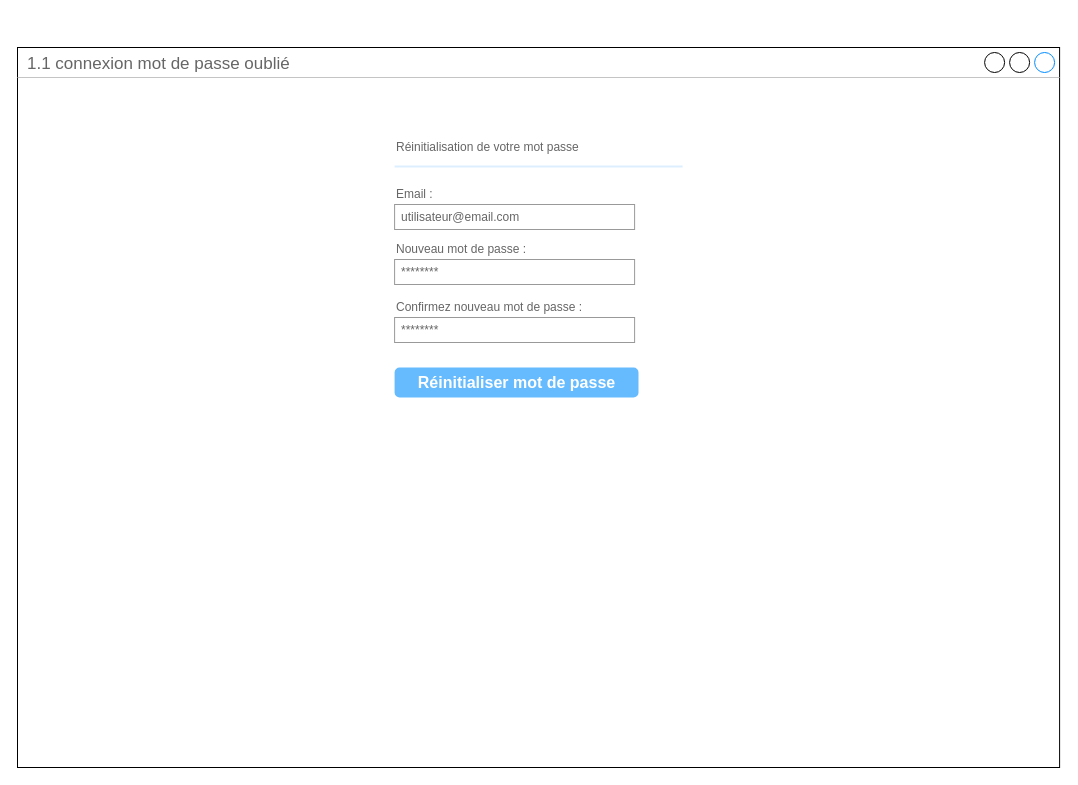
GDSDC/OpenclassroomsProject-P3 keeps this draw.io diagram as page "1.1 connexion mot de passe oublié" (2 of 11) of P3 - maquettes - Mobile.drawio. Above is the earlier version. Source tidied: cells renumbered, new cells numbered last; positions are measured from the earlier drawing's top-left corner, leaving out a move shared by most shapes. Both pictures are drawn from the tidied source at 100%, with x=0, y=0 at pixel (17, 47).
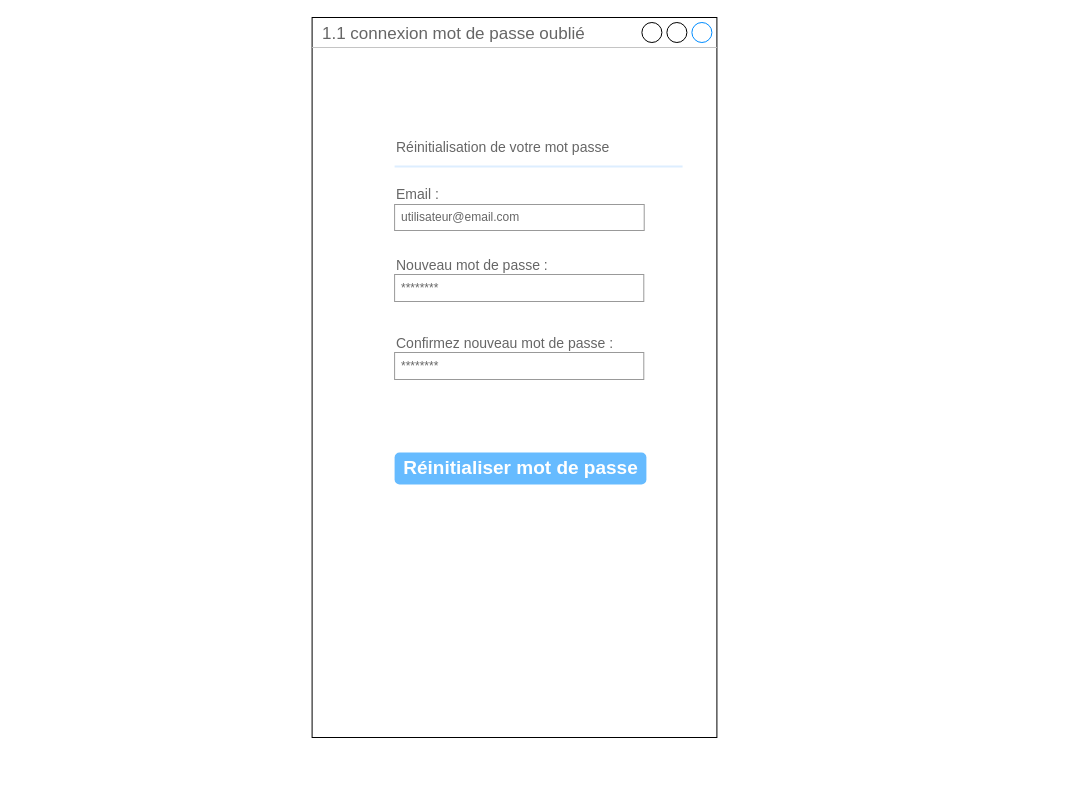
The same diagram, later.

What changed in the source:
```diff
@@
 <mxGraphModel>
   <root>
     <mxCell id="0" />
     <mxCell id="1" parent="0" />
     <mxCell id="2" value="1.1 connexion mot de passe oublié" style="strokeWidth=1;shadow=0;dashed=0;align=center;html=1;shape=mxgraph.mockup.containers.window;align=left;verticalAlign=top;spacingLeft=8;strokeColor2=#008cff;strokeColor3=#c4c4c4;fontColor=#666666;mainText=;fontSize=17;labelBackgroundColor=none;" parent="1" vertex="1">
-      <mxGeometry width="1042.1" height="720" as="geometry" />
+      <mxGeometry x="294.6" y="-30" width="404.8" height="720" as="geometry" />
     </mxCell>
-    <mxCell id="3" value="Réinitialisation de votre mot passe" style="strokeWidth=1;shadow=0;dashed=0;align=center;html=1;shape=mxgraph.mockup.forms.anchor;fontSize=12;fontColor=#666666;align=left;spacingLeft=0;" parent="1" vertex="1">
+    <mxCell id="3" value="Réinitialisation de votre mot passe" style="strokeWidth=1;shadow=0;dashed=0;align=center;html=1;shape=mxgraph.mockup.forms.anchor;fontSize=14;fontColor=#666666;align=left;spacingLeft=0;" parent="1" vertex="1">
       <mxGeometry x="377.1" y="90" width="160" height="20" as="geometry" />
     </mxCell>
     <mxCell id="4" style="shape=line;strokeColor=#ddeeff;strokeWidth=2;html=1;" parent="1" vertex="1">
       <mxGeometry x="377.1" y="114" width="288" height="10" as="geometry" />
     </mxCell>
-    <mxCell id="5" value="Email :" style="strokeWidth=1;shadow=0;dashed=0;align=center;html=1;shape=mxgraph.mockup.forms.anchor;fontSize=12;fontColor=#666666;align=left;spacingLeft=0;" parent="1" vertex="1">
+    <mxCell id="5" value="Email :" style="strokeWidth=1;shadow=0;dashed=0;align=center;html=1;shape=mxgraph.mockup.forms.anchor;fontSize=14;fontColor=#666666;align=left;spacingLeft=0;" parent="1" vertex="1">
       <mxGeometry x="377.1" y="137" width="160" height="20" as="geometry" />
     </mxCell>
     <mxCell id="6" value="utilisateur@email.com" style="strokeWidth=1;shadow=0;dashed=0;align=center;html=1;shape=mxgraph.mockup.forms.rrect;rSize=0;strokeColor=#999999;fontColor=#666666;align=left;spacingLeft=5;" parent="1" vertex="1">
-      <mxGeometry x="377.1" y="157" width="240" height="25" as="geometry" />
+      <mxGeometry x="377.1" y="157" width="249.6" height="26" as="geometry" />
     </mxCell>
-    <mxCell id="7" value="Nouveau mot de passe :" style="strokeWidth=1;shadow=0;dashed=0;align=center;html=1;shape=mxgraph.mockup.forms.anchor;fontSize=12;fontColor=#666666;align=left;spacingLeft=0;" parent="1" vertex="1">
-      <mxGeometry x="377.1" y="192" width="160" height="20" as="geometry" />
+    <mxCell id="7" value="Nouveau mot de passe :" style="strokeWidth=1;shadow=0;dashed=0;align=center;html=1;shape=mxgraph.mockup.forms.anchor;fontSize=14;fontColor=#666666;align=left;spacingLeft=0;" parent="1" vertex="1">
+      <mxGeometry x="377.1" y="207" width="160" height="21" as="geometry" />
     </mxCell>
     <mxCell id="8" value="********" style="strokeWidth=1;shadow=0;dashed=0;align=center;html=1;shape=mxgraph.mockup.forms.rrect;rSize=0;strokeColor=#999999;fontColor=#666666;align=left;spacingLeft=5;" parent="1" vertex="1">
-      <mxGeometry x="377.1" y="212" width="240" height="25" as="geometry" />
+      <mxGeometry x="377.1" y="227" width="249.2" height="27" as="geometry" />
     </mxCell>
-    <mxCell id="9" value="Réinitialiser mot de passe" style="strokeWidth=1;shadow=0;dashed=0;align=center;html=1;shape=mxgraph.mockup.forms.rrect;rSize=5;strokeColor=none;fontColor=#ffffff;fillColor=#66bbff;fontSize=16;fontStyle=1;" parent="1" vertex="1">
-      <mxGeometry x="377.1" y="320" width="243.9" height="30" as="geometry" />
+    <mxCell id="9" value="Réinitialiser mot de passe" style="strokeWidth=1;shadow=0;dashed=0;align=center;html=1;shape=mxgraph.mockup.forms.rrect;rSize=5;strokeColor=none;fontColor=#ffffff;fillColor=#66bbff;fontSize=19;fontStyle=1;" parent="1" vertex="1">
+      <mxGeometry x="377.1" y="405" width="251.8" height="32" as="geometry" />
     </mxCell>
     <mxCell id="10" value="********" style="strokeWidth=1;shadow=0;dashed=0;align=center;html=1;shape=mxgraph.mockup.forms.rrect;rSize=0;strokeColor=#999999;fontColor=#666666;align=left;spacingLeft=5;" parent="1" vertex="1">
-      <mxGeometry x="377.1" y="270" width="240" height="25" as="geometry" />
+      <mxGeometry x="377.1" y="305" width="249.2" height="27" as="geometry" />
     </mxCell>
-    <mxCell id="11" value="Confirmez nouveau mot de passe :" style="strokeWidth=1;shadow=0;dashed=0;align=center;html=1;shape=mxgraph.mockup.forms.anchor;fontSize=12;fontColor=#666666;align=left;spacingLeft=0;" parent="1" vertex="1">
-      <mxGeometry x="377.1" y="250" width="160" height="20" as="geometry" />
+    <mxCell id="11" value="Confirmez nouveau mot de passe :" style="strokeWidth=1;shadow=0;dashed=0;align=center;html=1;shape=mxgraph.mockup.forms.anchor;fontSize=14;fontColor=#666666;align=left;spacingLeft=0;" parent="1" vertex="1">
+      <mxGeometry x="377.1" y="285" width="160" height="21" as="geometry" />
     </mxCell>
   </root>
 </mxGraphModel>
```
